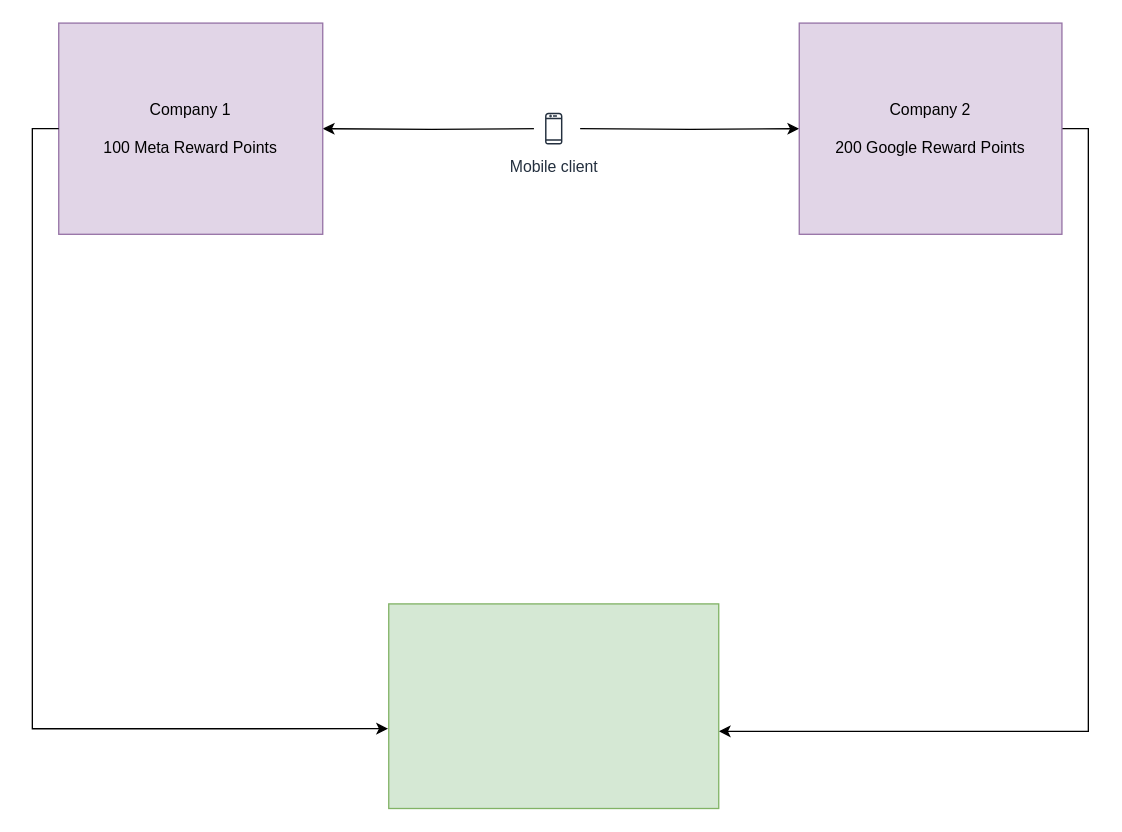
sijan-acharya1/Credit-Points keeps this draw.io diagram as Design/Untitled Diagram.drawio. Above is the earlier version. Source tidied: cells renumbered, new cells numbered last; positions are measured from the earlier drawing's top-left corner, leaving out a move shared by most shapes. Both pictures are drawn from the tidied source at 132%, with x=0, y=0 at pixel (58, 22).
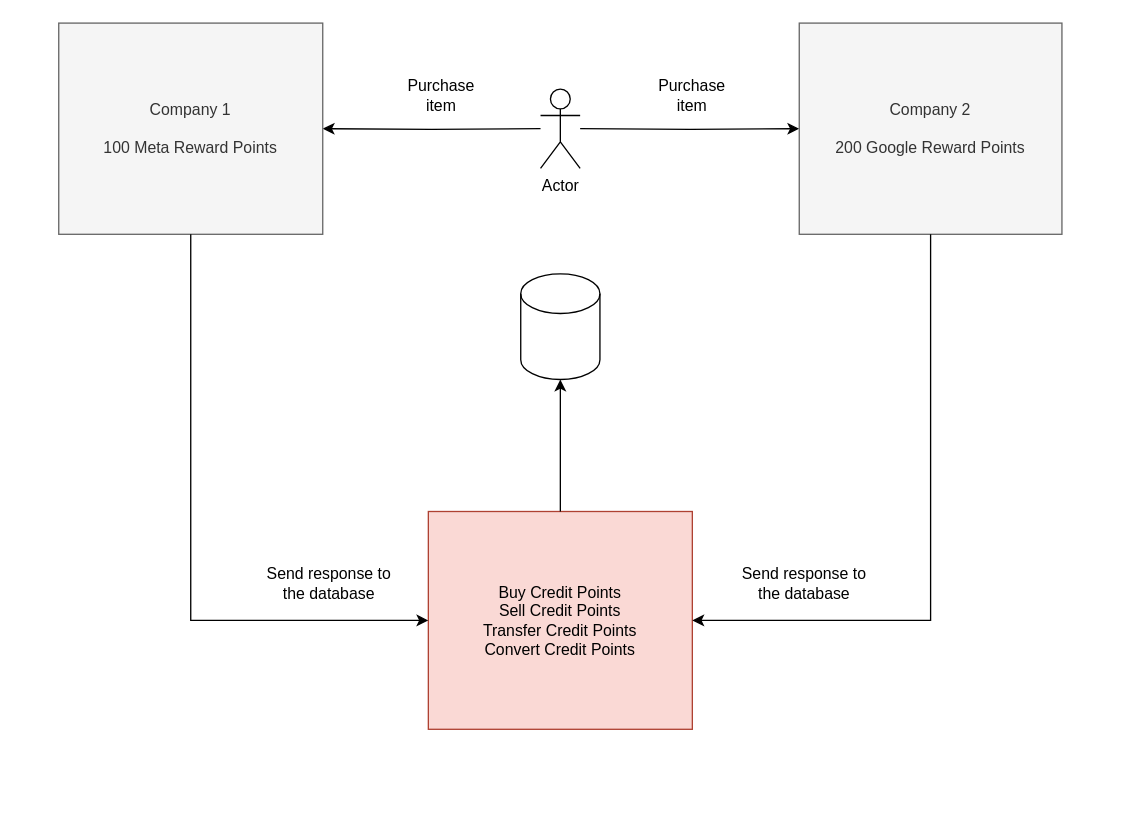
The same page after the edit.

Diff of the diagram source:
```diff
@@
 <mxGraphModel>
   <root>
     <mxCell id="0" />
     <mxCell id="1" parent="0" />
     <mxCell id="2" style="edgeStyle=orthogonalEdgeStyle;rounded=0;jettySize=auto;html=1;exitX=0;exitY=0.3333333333333333;exitDx=0;exitDy=0;exitPerimeter=0;entryX=1;entryY=0.5;entryDx=0;entryDy=0;" parent="1" edge="1" target="4">
       <mxGeometry relative="1" as="geometry">
         <mxPoint x="365" y="80" as="sourcePoint" />
       </mxGeometry>
     </mxCell>
     <mxCell id="3" style="edgeStyle=orthogonalEdgeStyle;rounded=0;jettySize=auto;html=1;exitX=1;exitY=0.3333333333333333;exitDx=0;exitDy=0;exitPerimeter=0;entryX=0;entryY=0.5;entryDx=0;entryDy=0;" parent="1" edge="1" target="6">
       <mxGeometry relative="1" as="geometry">
         <mxPoint x="395" y="80" as="sourcePoint" />
       </mxGeometry>
     </mxCell>
-    <mxCell id="4" value="Company 1&lt;div&gt;&lt;br&gt;&lt;/div&gt;&lt;div&gt;100 Meta Reward Points&lt;/div&gt;" style="rounded=0;whiteSpace=wrap;html=1;fillColor=#e1d5e7;strokeColor=#9673a6;" parent="1" vertex="1">
+    <mxCell id="4" value="Company 1&lt;div&gt;&lt;br&gt;&lt;/div&gt;&lt;div&gt;100 Meta Reward Points&lt;/div&gt;" style="rounded=0;whiteSpace=wrap;html=1;fillColor=#f5f5f5;fontColor=#333333;strokeColor=#666666;" parent="1" vertex="1">
       <mxGeometry width="200" height="160" as="geometry" />
     </mxCell>
+    <mxCell id="6" value="Company 2&lt;div&gt;&lt;br&gt;&lt;/div&gt;&lt;div&gt;200 Google Reward Points&lt;/div&gt;" style="rounded=0;whiteSpace=wrap;html=1;fillColor=#f5f5f5;strokeColor=#666666;fontColor=#333333;" parent="1" vertex="1">
+      <mxGeometry x="561" width="199" height="160" as="geometry" />
+    </mxCell>
+    <mxCell id="8" value="Buy Credit Points&lt;div&gt;Sell Credit Points&lt;/div&gt;&lt;div&gt;Transfer Credit Points&lt;/div&gt;&lt;div&gt;Convert Credit Points&lt;/div&gt;" style="rounded=0;whiteSpace=wrap;html=1;fillColor=#fad9d5;strokeColor=#ae4132;" parent="1" vertex="1">
+      <mxGeometry x="280" y="370" width="200" height="165" as="geometry" />
+    </mxCell>
+    <mxCell id="10" style="shape=cylinder3;whiteSpace=wrap;html=1;boundedLbl=1;backgroundOutline=1;size=15;" parent="1" vertex="1">
+      <mxGeometry x="350" y="190" width="60" height="80" as="geometry" />
+    </mxCell>
+    <mxCell id="11" value="Actor" style="shape=umlActor;verticalLabelPosition=bottom;verticalAlign=top;html=1;" parent="1" vertex="1">
+      <mxGeometry x="365" y="50" width="30" height="60" as="geometry" />
+    </mxCell>
+    <mxCell id="7" style="edgeStyle=orthogonalEdgeStyle;rounded=0;jettySize=auto;html=1;exitX=0.5;exitY=1;exitDx=0;exitDy=0;entryX=0;entryY=0.5;entryDx=0;entryDy=0;" parent="1" edge="1" source="4" target="8">
+      <mxGeometry relative="1" as="geometry" />
+    </mxCell>
-    <mxCell id="5" style="edgeStyle=orthogonalEdgeStyle;rounded=0;jettySize=auto;html=1;exitX=1;exitY=0.5;exitDx=0;exitDy=0;entryX=1;entryY=0.623;entryDx=0;entryDy=0;entryPerimeter=0;" parent="1" edge="1" source="6" target="8">
+    <mxCell id="5" style="edgeStyle=orthogonalEdgeStyle;rounded=0;jettySize=auto;html=1;exitX=0.5;exitY=1;exitDx=0;exitDy=0;entryX=1;entryY=0.5;entryDx=0;entryDy=0;" parent="1" edge="1" source="6" target="8">
       <mxGeometry relative="1" as="geometry" />
     </mxCell>
-    <mxCell id="6" value="Company 2&lt;div&gt;&lt;br&gt;&lt;/div&gt;&lt;div&gt;200 Google Reward Points&lt;/div&gt;" style="rounded=0;whiteSpace=wrap;html=1;fillColor=#e1d5e7;strokeColor=#9673a6;" parent="1" vertex="1">
-      <mxGeometry x="561" width="199" height="160" as="geometry" />
-    </mxCell>
-    <mxCell id="7" style="edgeStyle=orthogonalEdgeStyle;rounded=0;jettySize=auto;html=1;exitX=0;exitY=0.5;exitDx=0;exitDy=0;entryX=-0.002;entryY=0.61;entryDx=0;entryDy=0;entryPerimeter=0;" parent="1" edge="1" source="4" target="8">
-      <mxGeometry relative="1" as="geometry" />
-    </mxCell>
-    <mxCell id="8" style="rounded=0;whiteSpace=wrap;html=1;fillColor=#d5e8d4;strokeColor=#82b366;" parent="1" vertex="1">
-      <mxGeometry x="250" y="440" width="250" height="155" as="geometry" />
-    </mxCell>
-    <mxCell id="9" value="Mobile client" style="sketch=0;fontColor=#232F3E;gradientColor=none;strokeColor=#232F3E;fillColor=#ffffff;dashed=0;verticalLabelPosition=bottom;verticalAlign=top;align=center;html=1;fontSize=12;fontStyle=0;shape=mxgraph.aws4.resourceIcon;resIcon=mxgraph.aws4.mobile_client;" parent="1" vertex="1">
-      <mxGeometry x="360" y="65" width="30" height="30" as="geometry" />
-    </mxCell>
+    <mxCell id="12" value="Send response to the database" style="text;html=1;align=center;verticalAlign=middle;whiteSpace=wrap;rounded=0;" parent="1" vertex="1">
+      <mxGeometry x="150" y="410" width="110" height="30" as="geometry" />
+    </mxCell>
+    <mxCell id="13" value="Send response to the database" style="text;html=1;align=center;verticalAlign=middle;whiteSpace=wrap;rounded=0;" parent="1" vertex="1">
+      <mxGeometry x="510" y="410" width="110" height="30" as="geometry" />
+    </mxCell>
+    <mxCell id="14" value="Purchase item" style="text;html=1;align=center;verticalAlign=middle;whiteSpace=wrap;rounded=0;" parent="1" vertex="1">
+      <mxGeometry x="260" y="40" width="60" height="30" as="geometry" />
+    </mxCell>
+    <mxCell id="15" value="Purchase item" style="text;html=1;align=center;verticalAlign=middle;whiteSpace=wrap;rounded=0;" parent="1" vertex="1">
+      <mxGeometry x="450" y="40" width="60" height="30" as="geometry" />
+    </mxCell>
+    <mxCell id="16" style="edgeStyle=orthogonalEdgeStyle;rounded=0;jettySize=auto;html=1;entryX=0.5;entryY=1;entryDx=0;entryDy=0;entryPerimeter=0;" parent="1" edge="1" source="8" target="10">
+      <mxGeometry relative="1" as="geometry" />
+    </mxCell>
   </root>
 </mxGraphModel>
```
